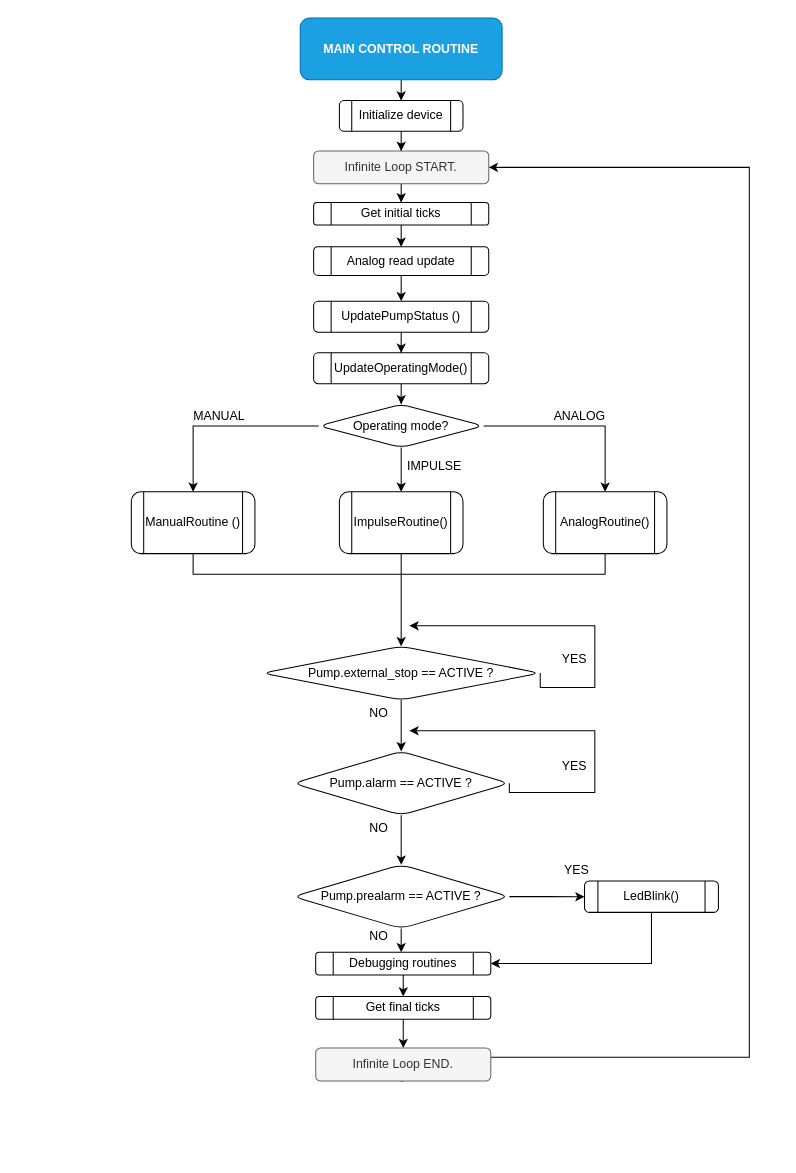
Before: SolenoidPump.drawio in xZurdo/Flowcharts, a draw.io diagram. Source tidied: cells renumbered, new cells numbered last; positions are measured from the earlier drawing's top-left corner, leaving out a move shared by most shapes. Both pictures are drawn from the tidied source at 103%, with x=0, y=0 at pixel (131, 18).
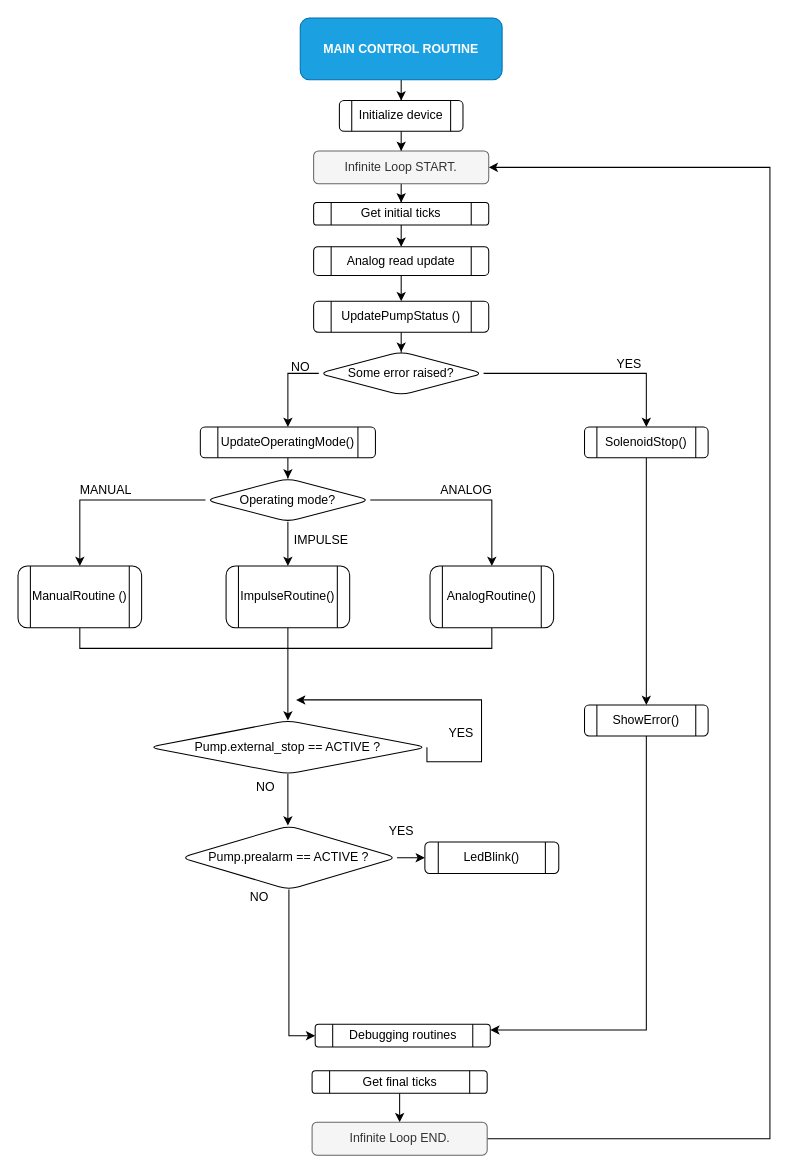
After the change.

Unchanged cells that the change refers to:
```xml
<mxCell id="7" value="Infinite Loop&amp;nbsp;&lt;span style=&quot;background-color: initial;&quot;&gt;START.&lt;/span&gt;" style="rounded=1;whiteSpace=wrap;html=1;fillColor=#f5f5f5;fontColor=#333333;strokeColor=#666666;" parent="1" vertex="1">
  <mxGeometry x="177" y="129" width="170" height="32" as="geometry" />
</mxCell>
<mxCell id="13" value="UpdatePumpStatus ()" style="shape=process;whiteSpace=wrap;html=1;backgroundOutline=1;rounded=1;" parent="1" vertex="1">
  <mxGeometry x="177" y="275" width="170" height="30" as="geometry" />
</mxCell>
```

Change to the diagram source:
```diff
@@
-    <mxCell id="12" style="edgeStyle=orthogonalEdgeStyle;rounded=0;jettySize=auto;html=1;" parent="1" edge="1" source="13" target="15">
-      <mxGeometry relative="1" as="geometry" />
-    </mxCell>
+    <mxCell id="52" style="edgeStyle=orthogonalEdgeStyle;rounded=0;jettySize=auto;html=1;" parent="1" edge="1" source="13" target="56">
+      <mxGeometry relative="1" as="geometry" />
+    </mxCell>
@@
     <mxCell id="15" value="UpdateOperatingMode()" style="shape=process;whiteSpace=wrap;html=1;backgroundOutline=1;rounded=1;" parent="1" vertex="1">
-      <mxGeometry x="177" y="325" width="170" height="30" as="geometry" />
+      <mxGeometry x="67" y="397" width="170" height="30" as="geometry" />
     </mxCell>
@@
     <mxCell id="19" value="Operating mode?" style="rhombus;whiteSpace=wrap;html=1;rounded=1;" parent="1" vertex="1">
-      <mxGeometry x="182" y="375" width="160" height="42" as="geometry" />
+      <mxGeometry x="72" y="447" width="160" height="42" as="geometry" />
     </mxCell>
     <mxCell id="20" style="edgeStyle=orthogonalEdgeStyle;rounded=0;jettySize=auto;html=1;exitX=0.5;exitY=1;exitDx=0;exitDy=0;endArrow=none;endFill=0;" parent="1" edge="1" source="21">
       <mxGeometry relative="1" as="geometry">
-        <mxPoint x="260" y="540" as="targetPoint" />
+        <mxPoint x="150" y="612" as="targetPoint" />
         <Array as="points">
-          <mxPoint x="60" y="540" />
-          <mxPoint x="260" y="540" />
+          <mxPoint x="-50" y="612" />
+          <mxPoint x="150" y="612" />
         </Array>
       </mxGeometry>
     </mxCell>
     <mxCell id="21" value="ManualRoutine ()" style="shape=process;whiteSpace=wrap;html=1;backgroundOutline=1;rounded=1;" parent="1" vertex="1">
-      <mxGeometry y="460" width="120" height="60" as="geometry" />
+      <mxGeometry x="-110" y="532" width="120" height="60" as="geometry" />
     </mxCell>
     <mxCell id="22" style="edgeStyle=orthogonalEdgeStyle;rounded=0;jettySize=auto;html=1;exitX=0.5;exitY=1;exitDx=0;exitDy=0;endArrow=none;endFill=0;" parent="1" edge="1" source="23">
       <mxGeometry relative="1" as="geometry">
-        <mxPoint x="260" y="540" as="targetPoint" />
+        <mxPoint x="150" y="612" as="targetPoint" />
         <Array as="points">
-          <mxPoint x="460" y="540" />
-          <mxPoint x="271" y="540" />
+          <mxPoint x="350" y="612" />
+          <mxPoint x="161" y="612" />
         </Array>
       </mxGeometry>
     </mxCell>
     <mxCell id="23" value="AnalogRoutine()" style="shape=process;whiteSpace=wrap;html=1;backgroundOutline=1;rounded=1;" parent="1" vertex="1">
-      <mxGeometry x="400" y="460" width="120" height="60" as="geometry" />
+      <mxGeometry x="290" y="532" width="120" height="60" as="geometry" />
     </mxCell>
@@
     <mxCell id="25" value="ImpulseRoutine()" style="shape=process;whiteSpace=wrap;html=1;backgroundOutline=1;rounded=1;" parent="1" vertex="1">
-      <mxGeometry x="202" y="460" width="120" height="60" as="geometry" />
+      <mxGeometry x="92" y="532" width="120" height="60" as="geometry" />
     </mxCell>
     <mxCell id="26" value="MANUAL" style="text;html=1;align=center;verticalAlign=middle;strokeColor=none;fillColor=none;" parent="1" vertex="1">
-      <mxGeometry x="50" y="372" width="70" height="30" as="geometry" />
+      <mxGeometry x="-60" y="444" width="70" height="30" as="geometry" />
     </mxCell>
     <mxCell id="27" value="ANALOG" style="text;html=1;align=center;verticalAlign=middle;strokeColor=none;fillColor=none;" parent="1" vertex="1">
-      <mxGeometry x="400" y="372" width="70" height="30" as="geometry" />
+      <mxGeometry x="290" y="444" width="70" height="30" as="geometry" />
     </mxCell>
     <mxCell id="28" value="IMPULSE" style="text;html=1;align=center;verticalAlign=middle;strokeColor=none;fillColor=none;" parent="1" vertex="1">
-      <mxGeometry x="254" y="420" width="80" height="30" as="geometry" />
+      <mxGeometry x="144" y="492" width="80" height="30" as="geometry" />
     </mxCell>
     <mxCell id="29" style="edgeStyle=orthogonalEdgeStyle;rounded=0;jettySize=auto;html=1;exitX=1;exitY=0.5;exitDx=0;exitDy=0;" parent="1" edge="1" source="31">
       <mxGeometry relative="1" as="geometry">
-        <mxPoint x="270" y="590" as="targetPoint" />
+        <mxPoint x="160" y="662" as="targetPoint" />
         <Array as="points">
-          <mxPoint x="450" y="650" />
-          <mxPoint x="450" y="590" />
+          <mxPoint x="340" y="722" />
+          <mxPoint x="340" y="662" />
         </Array>
       </mxGeometry>
     </mxCell>
-    <mxCell id="30" style="edgeStyle=orthogonalEdgeStyle;rounded=0;jettySize=auto;html=1;" parent="1" edge="1" source="31" target="35">
-      <mxGeometry relative="1" as="geometry" />
+    <mxCell id="30" style="edgeStyle=orthogonalEdgeStyle;rounded=0;jettySize=auto;html=1;" parent="1" edge="1" source="31">
+      <mxGeometry relative="1" as="geometry">
+        <mxPoint x="152" y="784" as="targetPoint" />
+      </mxGeometry>
     </mxCell>
     <mxCell id="31" value="Pump.external_stop == ACTIVE ?" style="rhombus;whiteSpace=wrap;html=1;rounded=1;" parent="1" vertex="1">
-      <mxGeometry x="127" y="610" width="270" height="52" as="geometry" />
+      <mxGeometry x="17" y="682" width="270" height="52" as="geometry" />
     </mxCell>
     <mxCell id="32" value="YES" style="text;html=1;align=center;verticalAlign=middle;strokeColor=none;fillColor=none;" parent="1" vertex="1">
-      <mxGeometry x="405" y="608" width="50" height="30" as="geometry" />
+      <mxGeometry x="295" y="680" width="50" height="30" as="geometry" />
     </mxCell>
-    <mxCell id="33" style="edgeStyle=orthogonalEdgeStyle;rounded=0;jettySize=auto;html=1;exitX=1;exitY=0.5;exitDx=0;exitDy=0;" parent="1" edge="1" source="35">
-      <mxGeometry relative="1" as="geometry">
-        <mxPoint x="270" y="692" as="targetPoint" />
-        <Array as="points">
-          <mxPoint x="450" y="752" />
-          <mxPoint x="450" y="692" />
-        </Array>
-      </mxGeometry>
-    </mxCell>
-    <mxCell id="34" style="edgeStyle=orthogonalEdgeStyle;rounded=0;jettySize=auto;html=1;exitX=0.5;exitY=1;exitDx=0;exitDy=0;entryX=0.5;entryY=0;entryDx=0;entryDy=0;" parent="1" edge="1" source="35" target="40">
-      <mxGeometry relative="1" as="geometry" />
-    </mxCell>
-    <mxCell id="35" value="Pump.alarm == ACTIVE ?" style="rhombus;whiteSpace=wrap;html=1;rounded=1;" parent="1" vertex="1">
-      <mxGeometry x="157" y="712" width="210" height="62" as="geometry" />
-    </mxCell>
-    <mxCell id="36" value="YES" style="text;html=1;align=center;verticalAlign=middle;strokeColor=none;fillColor=none;" parent="1" vertex="1">
-      <mxGeometry x="405" y="712" width="50" height="30" as="geometry" />
-    </mxCell>
     <mxCell id="37" value="NO" style="text;html=1;align=center;verticalAlign=middle;strokeColor=none;fillColor=none;" parent="1" vertex="1">
-      <mxGeometry x="220" y="660" width="40" height="30" as="geometry" />
+      <mxGeometry x="110" y="732" width="40" height="30" as="geometry" />
     </mxCell>
@@
-    <mxCell id="39" style="edgeStyle=orthogonalEdgeStyle;rounded=0;jettySize=auto;html=1;" parent="1" edge="1" source="40">
-      <mxGeometry relative="1" as="geometry">
-        <mxPoint x="262" y="907" as="targetPoint" />
-      </mxGeometry>
-    </mxCell>
+    <mxCell id="53" style="edgeStyle=orthogonalEdgeStyle;rounded=0;jettySize=auto;html=1;entryX=0;entryY=0.5;entryDx=0;entryDy=0;" parent="1" edge="1" source="40" target="49">
+      <mxGeometry relative="1" as="geometry" />
+    </mxCell>
     <mxCell id="40" value="Pump.prealarm == ACTIVE ?" style="rhombus;whiteSpace=wrap;html=1;rounded=1;" parent="1" vertex="1">
-      <mxGeometry x="157" y="822" width="210" height="62" as="geometry" />
+      <mxGeometry x="48" y="784.2" width="210" height="62" as="geometry" />
     </mxCell>
-    <mxCell id="41" value="NO" style="text;html=1;align=center;verticalAlign=middle;strokeColor=none;fillColor=none;" parent="1" vertex="1">
-      <mxGeometry x="220" y="772" width="40" height="30" as="geometry" />
-    </mxCell>
-    <mxCell id="42" style="edgeStyle=orthogonalEdgeStyle;rounded=0;jettySize=auto;html=1;exitX=0.5;exitY=1;exitDx=0;exitDy=0;entryX=1;entryY=0.5;entryDx=0;entryDy=0;" parent="1" edge="1" source="43" target="49">
-      <mxGeometry relative="1" as="geometry" />
-    </mxCell>
     <mxCell id="43" value="LedBlink()" style="shape=process;whiteSpace=wrap;html=1;backgroundOutline=1;rounded=1;" parent="1" vertex="1">
-      <mxGeometry x="440" y="837.8" width="130" height="30.5" as="geometry" />
+      <mxGeometry x="285" y="800" width="130" height="30.5" as="geometry" />
     </mxCell>
@@
     <mxCell id="45" value="Get final ticks" style="shape=process;whiteSpace=wrap;html=1;backgroundOutline=1;rounded=1;" parent="1" vertex="1">
-      <mxGeometry x="179" y="950" width="170" height="22" as="geometry" />
+      <mxGeometry x="175.5" y="1022" width="170" height="22" as="geometry" />
     </mxCell>
-    <mxCell id="46" style="edgeStyle=orthogonalEdgeStyle;rounded=0;jettySize=auto;html=1;exitX=0.5;exitY=1;exitDx=0;exitDy=0;entryX=1;entryY=0.5;entryDx=0;entryDy=0;" parent="1" edge="1" source="47" target="7">
+    <mxCell id="46" style="edgeStyle=orthogonalEdgeStyle;rounded=0;jettySize=auto;html=1;entryX=1;entryY=0.5;entryDx=0;entryDy=0;" parent="1" edge="1" source="47" target="7">
       <mxGeometry relative="1" as="geometry">
         <Array as="points">
-          <mxPoint x="262" y="1009" />
-          <mxPoint x="600" y="1009" />
-          <mxPoint x="600" y="145" />
+          <mxPoint x="620" y="1088" />
+          <mxPoint x="620" y="145" />
         </Array>
       </mxGeometry>
     </mxCell>
     <mxCell id="47" value="Infinite Loop END&lt;span style=&quot;background-color: initial;&quot;&gt;.&lt;/span&gt;" style="rounded=1;whiteSpace=wrap;html=1;fillColor=#f5f5f5;fontColor=#333333;strokeColor=#666666;" parent="1" vertex="1">
-      <mxGeometry x="179" y="1000" width="170" height="32" as="geometry" />
+      <mxGeometry x="175.5" y="1072" width="170" height="32" as="geometry" />
     </mxCell>
-    <mxCell id="48" style="edgeStyle=orthogonalEdgeStyle;rounded=0;jettySize=auto;html=1;exitX=0.5;exitY=1;exitDx=0;exitDy=0;entryX=0.5;entryY=0;entryDx=0;entryDy=0;" parent="1" edge="1" source="49" target="45">
-      <mxGeometry relative="1" as="geometry" />
-    </mxCell>
     <mxCell id="49" value="Debugging routines" style="shape=process;whiteSpace=wrap;html=1;backgroundOutline=1;rounded=1;" parent="1" vertex="1">
-      <mxGeometry x="179" y="907" width="170" height="22" as="geometry" />
+      <mxGeometry x="178.5" y="977" width="170" height="22" as="geometry" />
     </mxCell>
     <mxCell id="50" value="NO" style="text;html=1;align=center;verticalAlign=middle;strokeColor=none;fillColor=none;" parent="1" vertex="1">
-      <mxGeometry x="220" y="877" width="40" height="30" as="geometry" />
+      <mxGeometry x="104" y="839.2" width="40" height="30" as="geometry" />
     </mxCell>
     <mxCell id="51" value="YES" style="text;html=1;align=center;verticalAlign=middle;strokeColor=none;fillColor=none;" parent="1" vertex="1">
-      <mxGeometry x="407" y="812.8" width="50" height="30" as="geometry" />
+      <mxGeometry x="237" y="775" width="50" height="30" as="geometry" />
     </mxCell>
+    <mxCell id="54" style="edgeStyle=orthogonalEdgeStyle;rounded=0;jettySize=auto;html=1;exitX=0;exitY=0.5;exitDx=0;exitDy=0;entryX=0.5;entryY=0;entryDx=0;entryDy=0;" parent="1" edge="1" source="56" target="15">
+      <mxGeometry relative="1" as="geometry" />
+    </mxCell>
+    <mxCell id="55" style="edgeStyle=orthogonalEdgeStyle;rounded=0;jettySize=auto;html=1;exitX=1;exitY=0.5;exitDx=0;exitDy=0;entryX=0.5;entryY=0;entryDx=0;entryDy=0;" parent="1" edge="1" source="56" target="58">
+      <mxGeometry relative="1" as="geometry" />
+    </mxCell>
+    <mxCell id="56" value="Some error raised?" style="rhombus;whiteSpace=wrap;html=1;rounded=1;" parent="1" vertex="1">
+      <mxGeometry x="182" y="324" width="160" height="42" as="geometry" />
+    </mxCell>
+    <mxCell id="41" value="NO" style="text;html=1;align=center;verticalAlign=middle;strokeColor=none;fillColor=none;" parent="1" vertex="1">
+      <mxGeometry x="144" y="324" width="40" height="30" as="geometry" />
+    </mxCell>
+    <mxCell id="57" style="edgeStyle=orthogonalEdgeStyle;rounded=0;jettySize=auto;html=1;" parent="1" edge="1" source="58" target="60">
+      <mxGeometry relative="1" as="geometry" />
+    </mxCell>
+    <mxCell id="58" value="SolenoidStop()" style="shape=process;whiteSpace=wrap;html=1;backgroundOutline=1;rounded=1;" parent="1" vertex="1">
+      <mxGeometry x="440" y="397" width="120" height="30" as="geometry" />
+    </mxCell>
+    <mxCell id="59" style="edgeStyle=orthogonalEdgeStyle;rounded=0;jettySize=auto;html=1;exitX=0.5;exitY=1;exitDx=0;exitDy=0;entryX=1;entryY=0.25;entryDx=0;entryDy=0;" parent="1" edge="1" source="60" target="49">
+      <mxGeometry relative="1" as="geometry" />
+    </mxCell>
+    <mxCell id="60" value="ShowError()" style="shape=process;whiteSpace=wrap;html=1;backgroundOutline=1;rounded=1;" parent="1" vertex="1">
+      <mxGeometry x="440" y="667" width="120" height="30" as="geometry" />
+    </mxCell>
+    <mxCell id="36" value="YES" style="text;html=1;align=center;verticalAlign=middle;strokeColor=none;fillColor=none;" parent="1" vertex="1">
+      <mxGeometry x="458" y="321" width="50" height="30" as="geometry" />
+    </mxCell>
```
